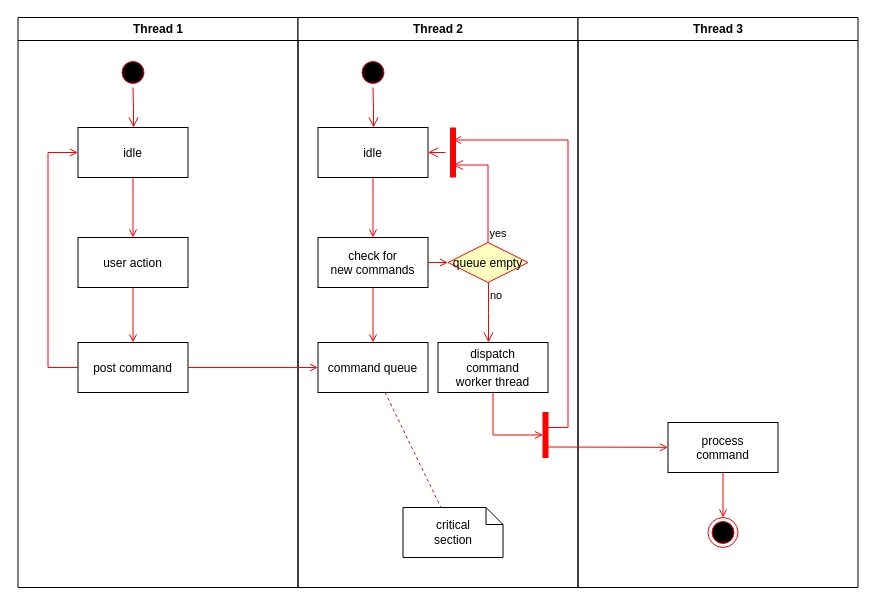
The draw.io diagram Testing_flow.drawio in anhvanthe/01_my_drawio, before the edit. Source tidied: cells renumbered, new cells numbered last; positions are measured from the earlier drawing's top-left corner, leaving out a move shared by most shapes. Both pictures are drawn from the tidied source at 100%, with x=0, y=0 at pixel (17, 17).
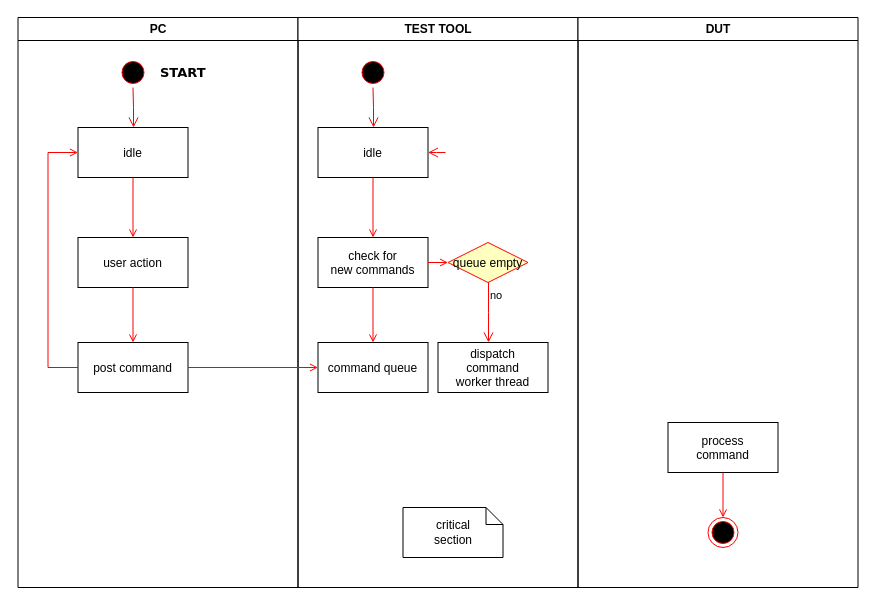
The same page after the edit.

Unchanged cells that the change refers to:
```xml
<mxCell id="14" value="idle" parent="11" vertex="1">
  <mxGeometry x="20" y="110" width="110" height="50" as="geometry" />
</mxCell>
<mxCell id="17" value="command queue" parent="11" vertex="1">
  <mxGeometry x="20" y="325" width="110" height="50" as="geometry" />
</mxCell>
<mxCell id="19" value="queue empty" style="rhombus;fillColor=#ffffc0;strokeColor=#ff0000;" parent="11" vertex="1">
  <mxGeometry x="150" y="225" width="80" height="40" as="geometry" />
</mxCell>
<mxCell id="25" value="dispatch&#10;command&#10;worker thread" parent="11" vertex="1">
  <mxGeometry x="140" y="325" width="110" height="50" as="geometry" />
</mxCell>
<mxCell id="26" value="critical&#10;section" style="shape=note;whiteSpace=wrap;size=17;" parent="11" vertex="1">
  <mxGeometry x="105" y="490" width="100" height="50" as="geometry" />
</mxCell>
<mxCell id="31" value="process&#10;command" parent="30" vertex="1">
  <mxGeometry x="90" y="405" width="110" height="50" as="geometry" />
</mxCell>
```

Diff of the diagram source:
```diff
@@
-    <mxCell id="2" value="Thread 1" style="swimlane;whiteSpace=wrap;" parent="1" vertex="1">
+    <mxCell id="2" value="PC" style="swimlane;whiteSpace=wrap;" parent="1" vertex="1">
       <mxGeometry x="0.5" width="280" height="570" as="geometry" />
     </mxCell>
@@
+    <mxCell id="37" value="&lt;font face=&quot;Verdana&quot; style=&quot;font-size: 13px&quot;&gt;&lt;b&gt;START&lt;/b&gt;&lt;/font&gt;" style="text;html=1;align=left;verticalAlign=top;spacingTop=-4;" parent="2" vertex="1">
+      <mxGeometry x="140" y="45" width="60" height="20" as="geometry" />
+    </mxCell>
-    <mxCell id="11" value="Thread 2" style="swimlane;whiteSpace=wrap;" parent="1" vertex="1">
+    <mxCell id="11" value="TEST TOOL" style="swimlane;whiteSpace=wrap;startSize=23;" parent="1" vertex="1">
       <mxGeometry x="280.5" width="280" height="570" as="geometry" />
     </mxCell>
@@
-    <mxCell id="20" value="yes" style="edgeStyle=elbowEdgeStyle;elbow=horizontal;align=left;verticalAlign=bottom;endArrow=open;endSize=8;strokeColor=#FF0000;exitX=0.5;exitY=0;endFill=1;rounded=0;entryX=0.75;entryY=0.5;entryPerimeter=0;" parent="11" edge="1" source="19" target="23">
-      <mxGeometry x="-1" relative="1" as="geometry">
-        <Array as="points">
-          <mxPoint x="190" y="180" />
-        </Array>
-      </mxGeometry>
-    </mxCell>
@@
-    <mxCell id="23" style="shape=line;strokeWidth=6;strokeColor=#ff0000;rotation=90;" parent="11" vertex="1">
-      <mxGeometry x="130" y="127.5" width="50" height="15" as="geometry" />
-    </mxCell>
-    <mxCell id="24" style="edgeStyle=elbowEdgeStyle;elbow=horizontal;verticalAlign=bottom;endArrow=open;endSize=8;strokeColor=#FF0000;endFill=1;rounded=0;" parent="11" edge="1" source="23" target="14">
-      <mxGeometry x="130" y="90" as="geometry" />
+    <mxCell id="24" style="edgeStyle=elbowEdgeStyle;elbow=horizontal;verticalAlign=bottom;endArrow=open;endSize=8;strokeColor=#FF0000;endFill=1;rounded=0;" parent="11" edge="1" target="14">
+      <mxGeometry x="130" y="90" as="geometry">
+        <mxPoint x="147.5" y="135" as="sourcePoint" />
+      </mxGeometry>
     </mxCell>
@@
-    <mxCell id="27" style="endArrow=none;strokeColor=#FF0000;endFill=0;rounded=0;dashed=1;" parent="11" edge="1" source="17" target="26">
-      <mxGeometry relative="1" as="geometry" />
-    </mxCell>
-    <mxCell id="28" style="whiteSpace=wrap;strokeColor=#FF0000;fillColor=#FF0000;" parent="11" vertex="1">
-      <mxGeometry x="245" y="395" width="5" height="45" as="geometry" />
-    </mxCell>
-    <mxCell id="29" style="edgeStyle=elbowEdgeStyle;elbow=horizontal;entryX=0;entryY=0.5;strokeColor=#FF0000;endArrow=open;endFill=1;rounded=0;" parent="11" edge="1" source="25" target="28">
-      <mxGeometry relative="1" as="geometry">
-        <Array as="points">
-          <mxPoint x="195" y="400" />
-        </Array>
-      </mxGeometry>
-    </mxCell>
-    <mxCell id="30" value="Thread 3" style="swimlane;whiteSpace=wrap;" parent="1" vertex="1">
+    <mxCell id="30" value="DUT" style="swimlane;whiteSpace=wrap;" parent="1" vertex="1">
       <mxGeometry x="560.5" width="280" height="570" as="geometry" />
     </mxCell>
@@
-    <mxCell id="32" style="edgeStyle=elbowEdgeStyle;elbow=horizontal;strokeColor=#FF0000;endArrow=open;endFill=1;rounded=0;entryX=0.25;entryY=0.5;entryPerimeter=0;" parent="30" edge="1" target="23">
-      <mxGeometry relative="1" as="geometry">
-        <mxPoint x="-30" y="410" as="sourcePoint" />
-        <Array as="points">
-          <mxPoint x="-10" y="135" />
-        </Array>
-      </mxGeometry>
-    </mxCell>
-    <mxCell id="33" style="edgeStyle=none;strokeColor=#FF0000;endArrow=open;endFill=1;rounded=0;" parent="30" edge="1" target="31">
-      <mxGeometry relative="1" as="geometry">
-        <mxPoint x="-30" y="429.5" as="sourcePoint" />
-      </mxGeometry>
-    </mxCell>
```
